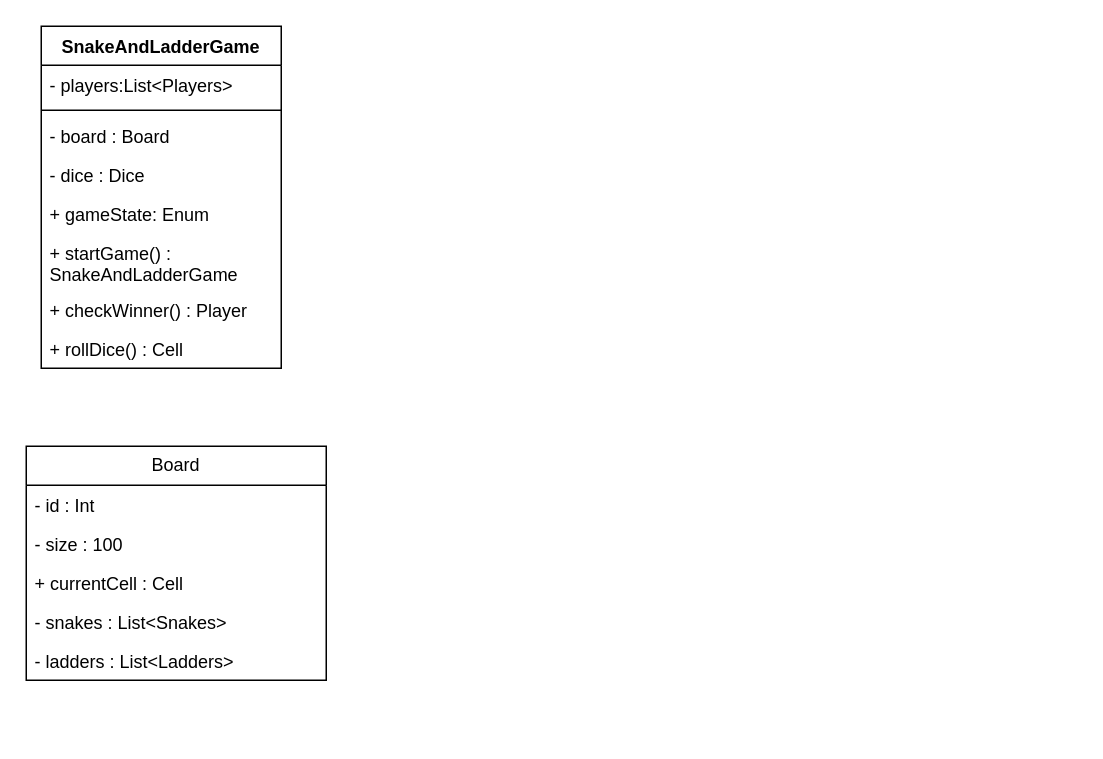
MithunAj/ClassDiagrams keeps this draw.io diagram as page "Page-2" (2 of 2) of Untitled Diagram.drawio. Above is the earlier version. Source tidied: cells renumbered, new cells numbered last; positions are measured from the earlier drawing's top-left corner, leaving out a move shared by most shapes. Both pictures are drawn from the tidied source at 150%, with x=0, y=0 at pixel (26, 26).
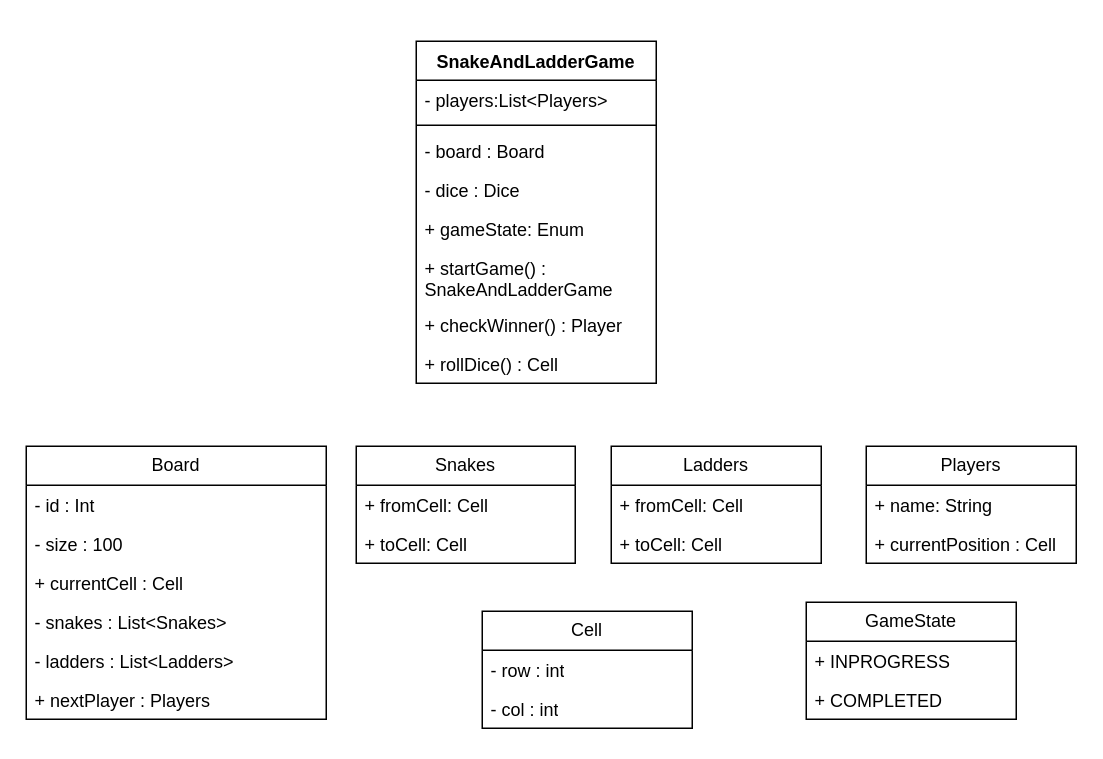
Above is the later version.

Change to the diagram source:
```diff
@@
     <mxCell id="2" value="Board" style="swimlane;fontStyle=0;horizontal=1;startSize=26;fillColor=none;whiteSpace=wrap;html=1;" parent="1" vertex="1">
-      <mxGeometry y="280" width="200" height="156" as="geometry" />
+      <mxGeometry y="280" width="200" height="182" as="geometry" />
     </mxCell>
@@
+    <mxCell id="17" value="+ nextPlayer : Players" style="text;strokeColor=none;fillColor=none;align=left;verticalAlign=top;spacingLeft=4;spacingRight=4;overflow=hidden;whiteSpace=wrap;html=1;" parent="2" vertex="1">
+      <mxGeometry y="156" width="200" height="26" as="geometry" />
+    </mxCell>
     <mxCell id="8" value="SnakeAndLadderGame" style="swimlane;fontStyle=1;align=center;verticalAlign=top;horizontal=1;startSize=26;whiteSpace=wrap;html=1;" parent="1" vertex="1">
-      <mxGeometry x="10" width="160" height="228" as="geometry" />
+      <mxGeometry x="260" y="10" width="160" height="228" as="geometry" />
     </mxCell>
@@
+    <mxCell id="18" value="Snakes" style="swimlane;fontStyle=0;horizontal=1;startSize=26;fillColor=none;whiteSpace=wrap;html=1;" parent="1" vertex="1">
+      <mxGeometry x="220" y="280" width="146" height="78" as="geometry" />
+    </mxCell>
+    <mxCell id="19" value="+ fromCell: Cell" style="text;strokeColor=none;fillColor=none;align=left;verticalAlign=top;spacingLeft=4;spacingRight=4;overflow=hidden;points=[[0,0.5],[1,0.5]];portConstraint=eastwest;whiteSpace=wrap;html=1;" parent="18" vertex="1">
+      <mxGeometry y="26" width="146" height="26" as="geometry" />
+    </mxCell>
+    <mxCell id="20" value="+ toCell: Cell" style="text;strokeColor=none;fillColor=none;align=left;verticalAlign=top;spacingLeft=4;spacingRight=4;overflow=hidden;whiteSpace=wrap;html=1;" parent="18" vertex="1">
+      <mxGeometry y="52" width="146" height="26" as="geometry" />
+    </mxCell>
+    <mxCell id="21" style="edgeStyle=orthogonalEdgeStyle;rounded=0;orthogonalLoop=1;jettySize=auto;html=1;exitX=1;exitY=0.5;exitDx=0;exitDy=0;" parent="18" edge="1" source="19" target="19">
+      <mxGeometry relative="1" as="geometry" />
+    </mxCell>
+    <mxCell id="22" value="Ladders" style="swimlane;fontStyle=0;horizontal=1;startSize=26;fillColor=none;whiteSpace=wrap;html=1;" parent="1" vertex="1">
+      <mxGeometry x="390" y="280" width="140" height="78" as="geometry" />
+    </mxCell>
+    <mxCell id="23" value="+ fromCell: Cell" style="text;strokeColor=none;fillColor=none;align=left;verticalAlign=top;spacingLeft=4;spacingRight=4;overflow=hidden;whiteSpace=wrap;html=1;" parent="22" vertex="1">
+      <mxGeometry y="26" width="140" height="26" as="geometry" />
+    </mxCell>
+    <mxCell id="24" value="+ toCell: Cell" style="text;strokeColor=none;fillColor=none;align=left;verticalAlign=top;spacingLeft=4;spacingRight=4;overflow=hidden;whiteSpace=wrap;html=1;" parent="22" vertex="1">
+      <mxGeometry y="52" width="140" height="26" as="geometry" />
+    </mxCell>
+    <mxCell id="25" value="Players" style="swimlane;fontStyle=0;horizontal=1;startSize=26;fillColor=none;whiteSpace=wrap;html=1;" parent="1" vertex="1">
+      <mxGeometry x="560" y="280" width="140" height="78" as="geometry" />
+    </mxCell>
+    <mxCell id="26" value="+ name: String" style="text;strokeColor=none;fillColor=none;align=left;verticalAlign=top;spacingLeft=4;spacingRight=4;overflow=hidden;whiteSpace=wrap;html=1;" parent="25" vertex="1">
+      <mxGeometry y="26" width="140" height="26" as="geometry" />
+    </mxCell>
+    <mxCell id="27" value="+ currentPosition : Cell" style="text;strokeColor=none;fillColor=none;align=left;verticalAlign=top;spacingLeft=4;spacingRight=4;overflow=hidden;whiteSpace=wrap;html=1;" parent="25" vertex="1">
+      <mxGeometry y="52" width="140" height="26" as="geometry" />
+    </mxCell>
+    <mxCell id="28" value="Cell" style="swimlane;fontStyle=0;horizontal=1;startSize=26;fillColor=none;whiteSpace=wrap;html=1;" parent="1" vertex="1">
+      <mxGeometry x="304" y="390" width="140" height="78" as="geometry" />
+    </mxCell>
+    <mxCell id="29" value="- row : int" style="text;strokeColor=none;fillColor=none;align=left;verticalAlign=top;spacingLeft=4;spacingRight=4;overflow=hidden;whiteSpace=wrap;html=1;" parent="28" vertex="1">
+      <mxGeometry y="26" width="140" height="26" as="geometry" />
+    </mxCell>
+    <mxCell id="30" value="- col : int" style="text;strokeColor=none;fillColor=none;align=left;verticalAlign=top;spacingLeft=4;spacingRight=4;overflow=hidden;whiteSpace=wrap;html=1;" parent="28" vertex="1">
+      <mxGeometry y="52" width="140" height="26" as="geometry" />
+    </mxCell>
+    <mxCell id="31" value="GameState" style="swimlane;fontStyle=0;horizontal=1;startSize=26;fillColor=none;whiteSpace=wrap;html=1;" parent="1" vertex="1">
+      <mxGeometry x="520" y="384" width="140" height="78" as="geometry" />
+    </mxCell>
+    <mxCell id="32" value="+ INPROGRESS" style="text;strokeColor=none;fillColor=none;align=left;verticalAlign=top;spacingLeft=4;spacingRight=4;overflow=hidden;whiteSpace=wrap;html=1;" parent="31" vertex="1">
+      <mxGeometry y="26" width="140" height="26" as="geometry" />
+    </mxCell>
+    <mxCell id="33" value="+ COMPLETED" style="text;strokeColor=none;fillColor=none;align=left;verticalAlign=top;spacingLeft=4;spacingRight=4;overflow=hidden;whiteSpace=wrap;html=1;" parent="31" vertex="1">
+      <mxGeometry y="52" width="140" height="26" as="geometry" />
+    </mxCell>
```
